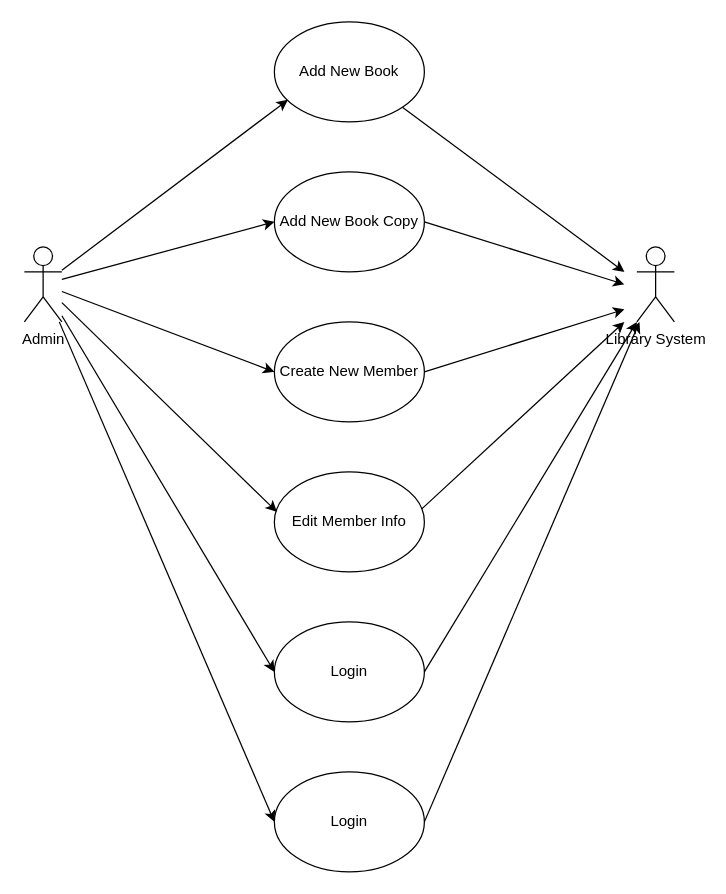
This is src/docs/diagram/Usecase_admin.drawio from megaunknown/G2-MPP-Mar20-Project, a draw.io file, before an edit. Source tidied: cells renumbered, new cells numbered last; positions are measured from the earlier drawing's top-left corner, leaving out a move shared by most shapes. Both pictures are drawn from the tidied source at 125%, with x=0, y=0 at pixel (24, 21).
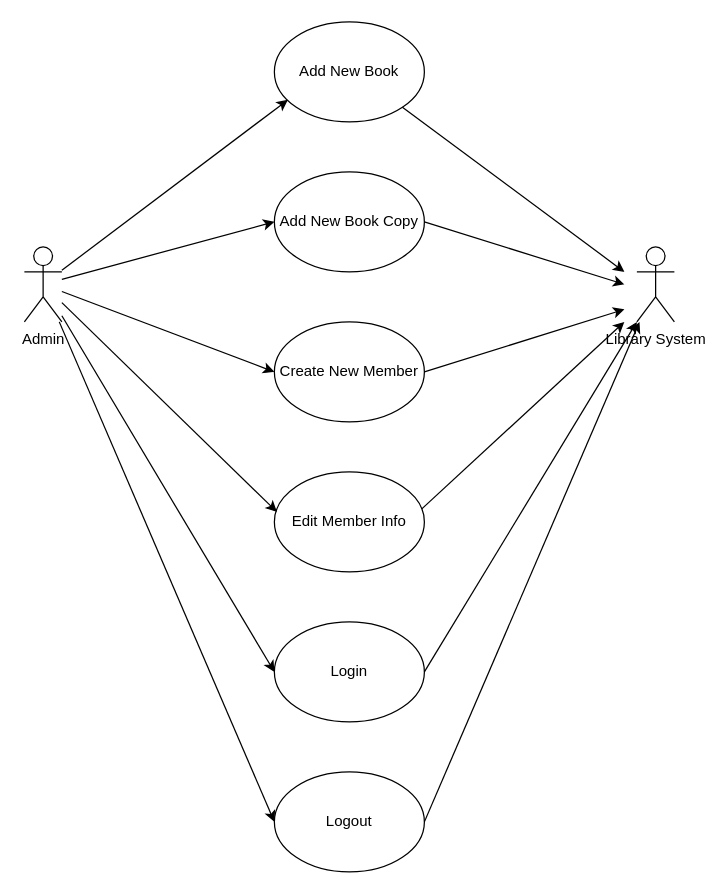
The same page after the edit.

What changed in the source:
```diff
@@
-    <mxCell id="17" value="Login" style="ellipse;whiteSpace=wrap;html=1;" parent="1" vertex="1">
+    <mxCell id="17" value="Logout" style="ellipse;whiteSpace=wrap;html=1;" parent="1" vertex="1">
       <mxGeometry x="200" y="600" width="120" height="80" as="geometry" />
     </mxCell>
```
